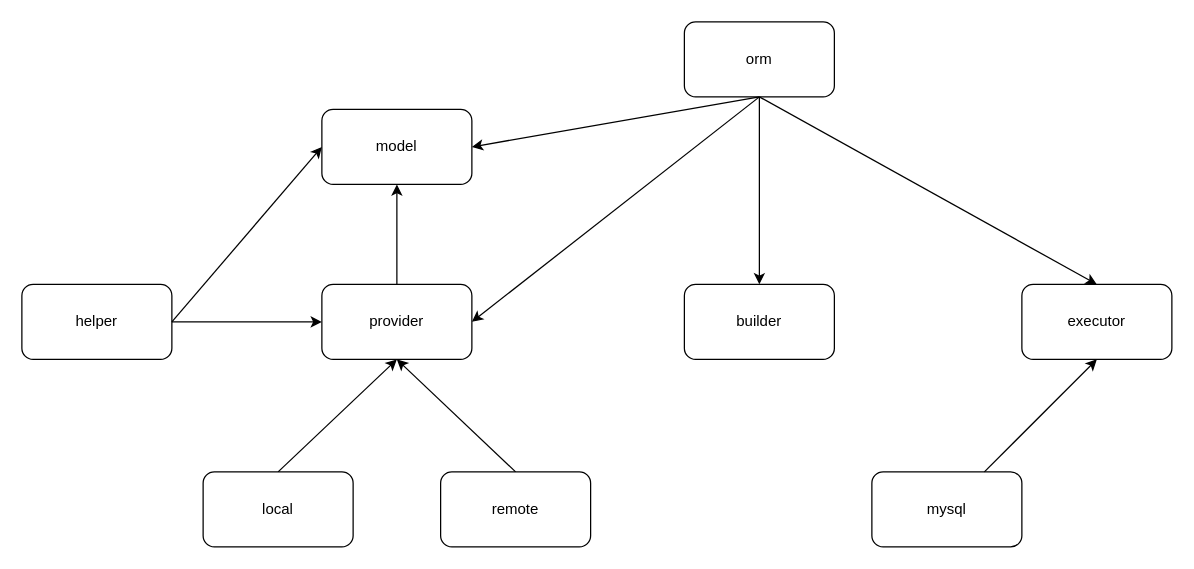
Above: doc/magicOrm.drawio in muidea/magicOrm (draw.io), before the change. Source tidied: cells renumbered, new cells numbered last; positions are measured from the earlier drawing's top-left corner, leaving out a move shared by most shapes. Both pictures are drawn from the tidied source at 125%, with x=0, y=0 at pixel (21, 21).
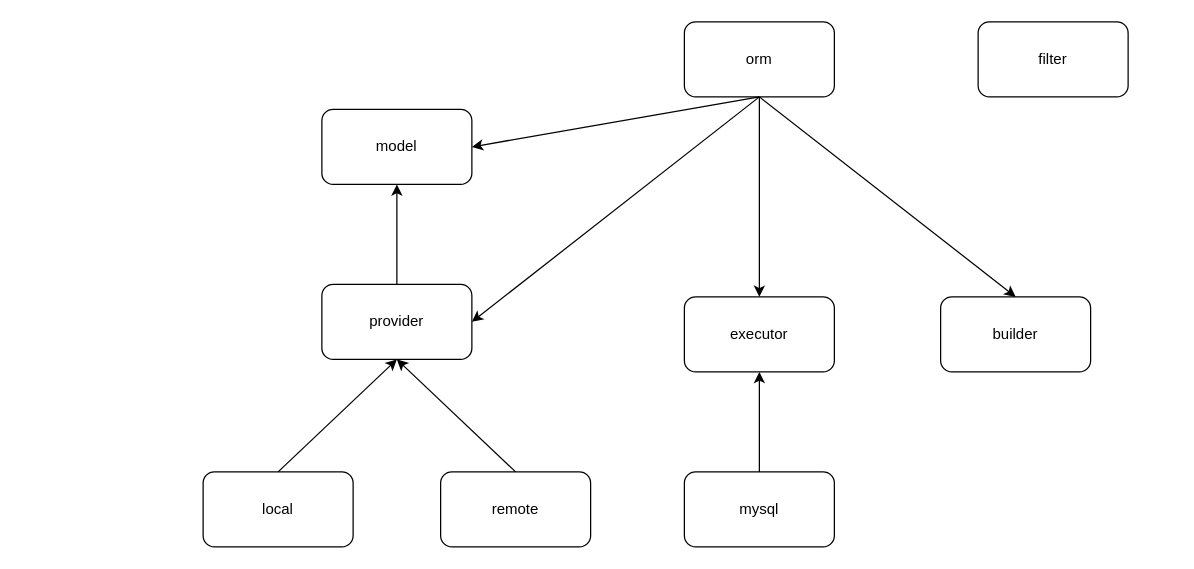
The same diagram, later.

The change refers to these unchanged cells:
```xml
<mxCell id="2" value="model" style="rounded=1;whiteSpace=wrap;html=1;" parent="1" vertex="1">
  <mxGeometry x="240" y="70" width="120" height="60" as="geometry" />
</mxCell>
<mxCell id="3" value="provider" style="rounded=1;whiteSpace=wrap;html=1;" parent="1" vertex="1">
  <mxGeometry x="240" y="210" width="120" height="60" as="geometry" />
</mxCell>
```

Change to the diagram source:
```diff
@@
     <mxCell id="11" value="executor" style="rounded=1;whiteSpace=wrap;html=1;" parent="1" vertex="1">
-      <mxGeometry x="800" y="210" width="120" height="60" as="geometry" />
+      <mxGeometry x="530" y="220" width="120" height="60" as="geometry" />
     </mxCell>
     <mxCell id="12" value="mysql" style="rounded=1;whiteSpace=wrap;html=1;" parent="1" vertex="1">
-      <mxGeometry x="680" y="360" width="120" height="60" as="geometry" />
+      <mxGeometry x="530" y="360" width="120" height="60" as="geometry" />
     </mxCell>
@@
     <mxCell id="17" value="builder" style="rounded=1;whiteSpace=wrap;html=1;" parent="1" vertex="1">
-      <mxGeometry x="530" y="210" width="120" height="60" as="geometry" />
+      <mxGeometry x="735" y="220" width="120" height="60" as="geometry" />
     </mxCell>
@@
-    <mxCell id="19" value="helper" style="rounded=1;whiteSpace=wrap;html=1;" parent="1" vertex="1">
-      <mxGeometry y="210" width="120" height="60" as="geometry" />
-    </mxCell>
-    <mxCell id="20" style="endArrow=classic;html=1;entryX=0;entryY=0.5;entryDx=0;entryDy=0;exitX=1;exitY=0.5;exitDx=0;exitDy=0;" parent="1" edge="1" source="19" target="3">
-      <mxGeometry relative="1" as="geometry" />
-    </mxCell>
-    <mxCell id="21" style="endArrow=classic;html=1;entryX=0;entryY=0.5;entryDx=0;entryDy=0;exitX=1;exitY=0.5;exitDx=0;exitDy=0;" parent="1" edge="1" source="19" target="2">
-      <mxGeometry relative="1" as="geometry" />
-    </mxCell>
+    <mxCell id="22" value="filter" style="rounded=1;whiteSpace=wrap;html=1;" parent="1" vertex="1">
+      <mxGeometry x="765" width="120" height="60" as="geometry" />
+    </mxCell>
```
